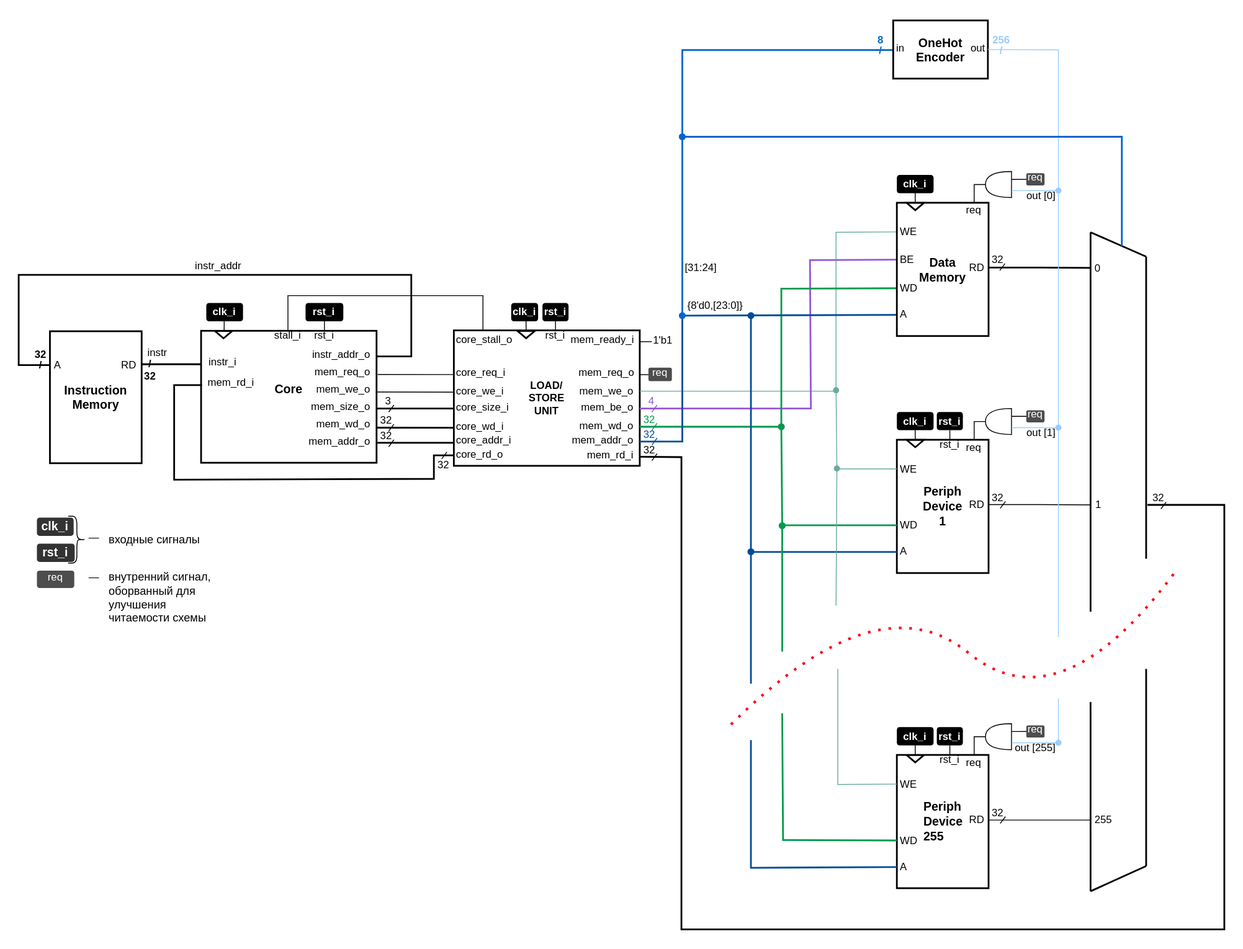
Before: .pic/Labs/lab_13_periph/fig_01.drawio.svg, a diagram exported from draw.io (MPSU/APS). Source tidied: cells renumbered, new cells last; positions are measured from the earlier drawing's top-left corner, leaving out a move shared by most shapes.
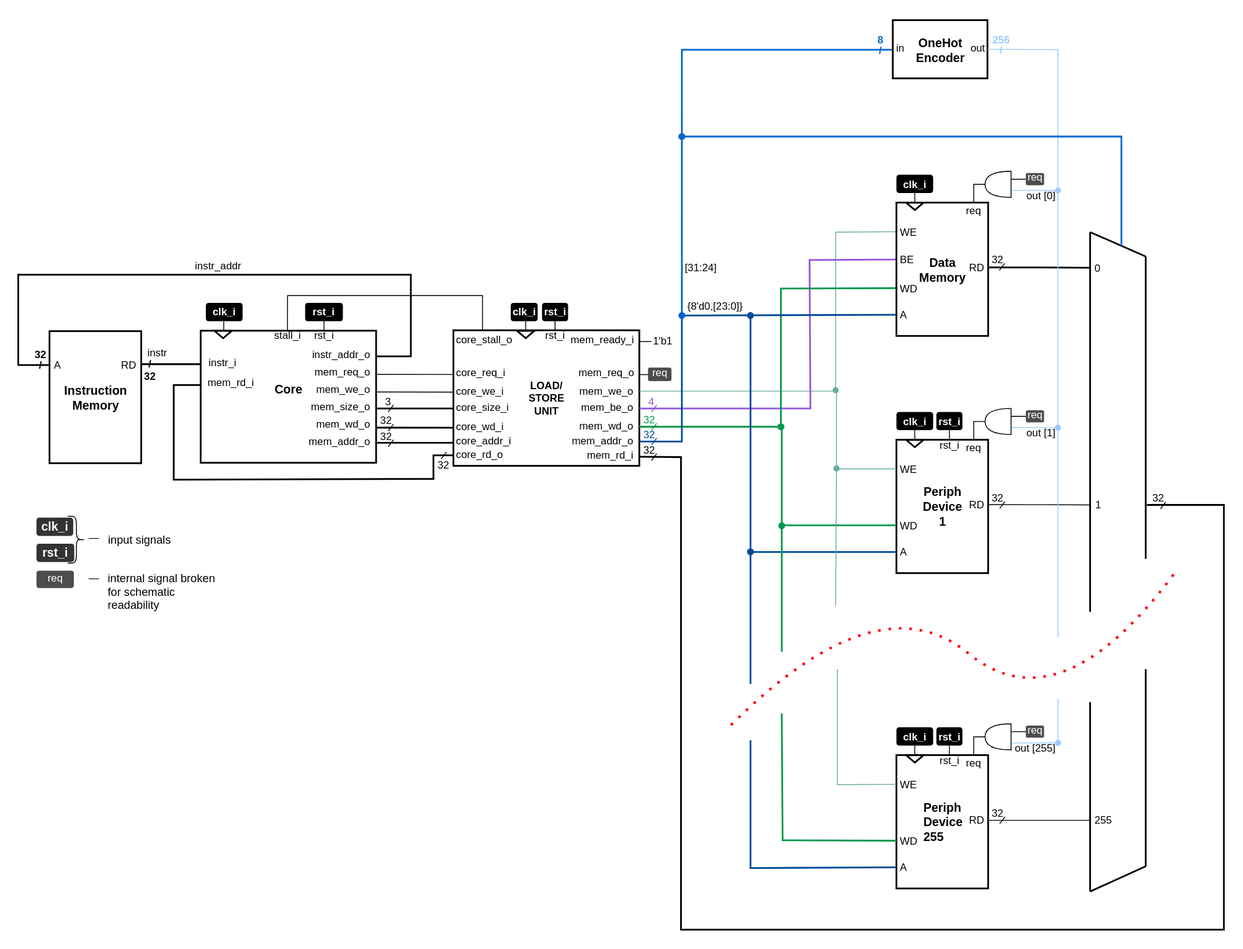
Later version of the same file.

What changed in the source:
```diff
@@ -8,8 +8,8 @@
     <mxCell id="3" value="&lt;p style=&quot;line-height: 130%;&quot;&gt;&lt;font style=&quot;font-size: 14px;&quot;&gt;&lt;b&gt;rst_i&lt;/b&gt;&lt;/font&gt;&lt;/p&gt;" style="text;html=1;strokeColor=none;fillColor=#333333;align=center;verticalAlign=middle;whiteSpace=wrap;rounded=1;fontSize=13;fontColor=#FFFFFF;comic=0;jiggle=0.5;" parent="1" vertex="1">
       <mxGeometry x="21" y="605.7" width="43.5" height="21" as="geometry" />
     </mxCell>
-    <mxCell id="4" value="&lt;font style=&quot;font-size: 13px;&quot;&gt;входные сигналы&lt;/font&gt;" style="text;html=1;align=center;verticalAlign=middle;strokeColor=none;fillColor=none;comic=0;" parent="1" vertex="1">
-      <mxGeometry x="94.3" y="586.7" width="124" height="29" as="geometry" />
+    <mxCell id="4" value="&lt;font style=&quot;font-size: 13px;&quot;&gt;input signals&lt;/font&gt;" style="text;html=1;align=center;verticalAlign=middle;strokeColor=none;fillColor=none;comic=0;" parent="1" vertex="1">
+      <mxGeometry x="93" y="586" width="91" height="29" as="geometry" />
     </mxCell>
     <mxCell id="5" style="endArrow=none;dashed=1;html=1;dashPattern=1 3;strokeWidth=3;curved=1;strokeColor=#FF0516;" parent="1" edge="1">
       <mxGeometry relative="1" as="geometry">
@@ -45,8 +45,8 @@
     <mxCell id="10" value="req" style="text;html=1;strokeColor=none;fillColor=#4D4D4D;align=center;verticalAlign=middle;whiteSpace=wrap;rounded=1;comic=0;spacing=0;spacingBottom=4;fontColor=#FFFFFF;" parent="1" vertex="1">
       <mxGeometry x="21" y="636.7" width="43" height="20" as="geometry" />
     </mxCell>
-    <mxCell id="11" value="&lt;div align=&quot;left&quot;&gt;&lt;font style=&quot;font-size: 13px;&quot;&gt;внутренний сигнал, оборванный для улучшения читаемости схемы&lt;/font&gt;&lt;br&gt;&lt;/div&gt;" style="text;html=1;strokeColor=none;fillColor=none;align=left;verticalAlign=middle;whiteSpace=wrap;rounded=0;" parent="1" vertex="1">
-      <mxGeometry x="102" y="630.2" width="131" height="76" as="geometry" />
+    <mxCell id="11" value="&lt;div align=&quot;left&quot;&gt;&lt;font style=&quot;font-size: 13px;&quot;&gt;internal signal broken for schematic readability&lt;/font&gt;&lt;br&gt;&lt;/div&gt;" style="text;html=1;strokeColor=none;fillColor=none;align=left;verticalAlign=middle;whiteSpace=wrap;rounded=0;" parent="1" vertex="1">
+      <mxGeometry x="100.6" y="623" width="131" height="76" as="geometry" />
     </mxCell>
     <mxCell id="12" value="—" style="text;html=1;strokeColor=none;fillColor=none;align=center;verticalAlign=middle;whiteSpace=wrap;rounded=0;" parent="1" vertex="1">
       <mxGeometry x="57" y="629.7" width="60" height="30" as="geometry" />
```
